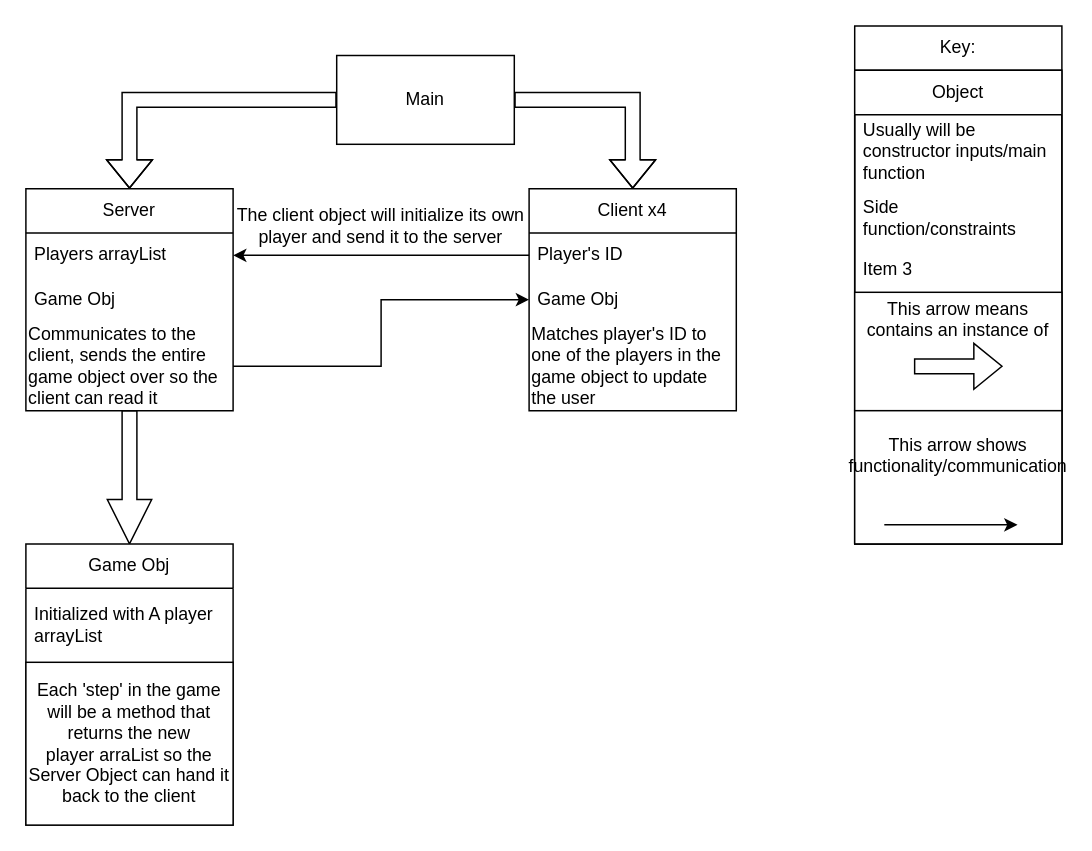
Before: Untitled Diagram.drawio in happyhourxd/EuchreJ, a draw.io diagram. Source tidied: cells renumbered, new cells numbered last; positions are measured from the earlier drawing's top-left corner, leaving out a move shared by most shapes. Both pictures are drawn from the tidied source at 148%, with x=0, y=0 at pixel (25, 25).
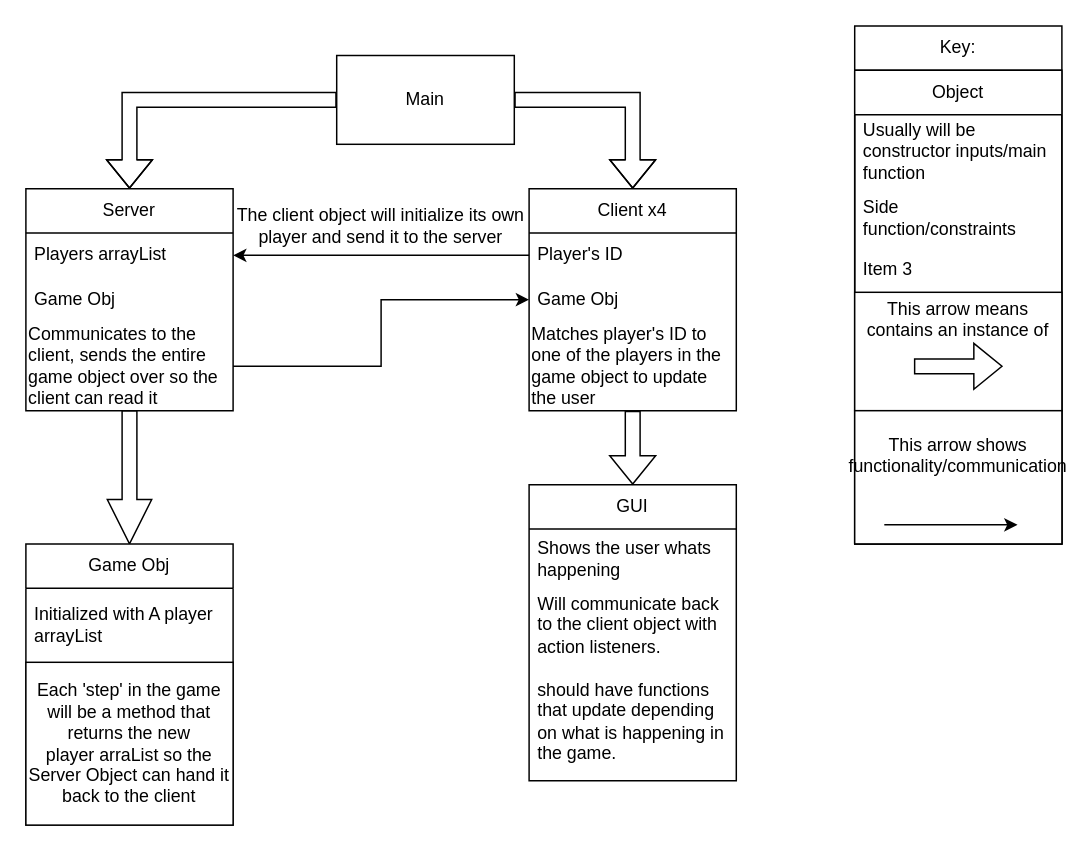
After the change.

Commit message:
added gui portion

Unchanged cells that the change refers to:
```xml
<mxCell id="8" value="Matches player's ID to one of the players in the game object to update the user" style="text;html=1;align=left;verticalAlign=middle;whiteSpace=wrap;rounded=0;" parent="5" vertex="1">
  <mxGeometry y="90" width="140" height="60" as="geometry" />
</mxCell>
```

Diff of the diagram source:
```diff
@@
+    <mxCell id="31" value="GUI" style="swimlane;fontStyle=0;horizontal=1;startSize=30;whiteSpace=wrap;html=1;" parent="1" vertex="1">
+      <mxGeometry x="340" y="310" width="140" height="200" as="geometry" />
+    </mxCell>
+    <mxCell id="32" value="Shows the user whats happening" style="text;strokeColor=none;fillColor=none;align=left;verticalAlign=middle;spacingLeft=4;spacingRight=4;overflow=hidden;whiteSpace=wrap;html=1;" parent="31" vertex="1">
+      <mxGeometry y="30" width="140" height="40" as="geometry" />
+    </mxCell>
+    <mxCell id="33" value="Will communicate back to the client object with action listeners." style="text;strokeColor=none;fillColor=none;align=left;verticalAlign=middle;spacingLeft=4;spacingRight=4;overflow=hidden;whiteSpace=wrap;html=1;" parent="31" vertex="1">
+      <mxGeometry y="70" width="140" height="50" as="geometry" />
+    </mxCell>
+    <mxCell id="34" value="should have functions that update depending on what is happening in the game." style="text;strokeColor=none;fillColor=none;align=left;verticalAlign=middle;spacingLeft=4;spacingRight=4;overflow=hidden;whiteSpace=wrap;html=1;" parent="31" vertex="1">
+      <mxGeometry y="120" width="140" height="80" as="geometry" />
+    </mxCell>
+    <mxCell id="35" style="edgeStyle=orthogonalEdgeStyle;rounded=0;jettySize=auto;html=1;entryX=0.5;entryY=0;entryDx=0;entryDy=0;shape=flexArrow;" parent="1" edge="1" source="8" target="31">
+      <mxGeometry relative="1" as="geometry" />
+    </mxCell>
```
